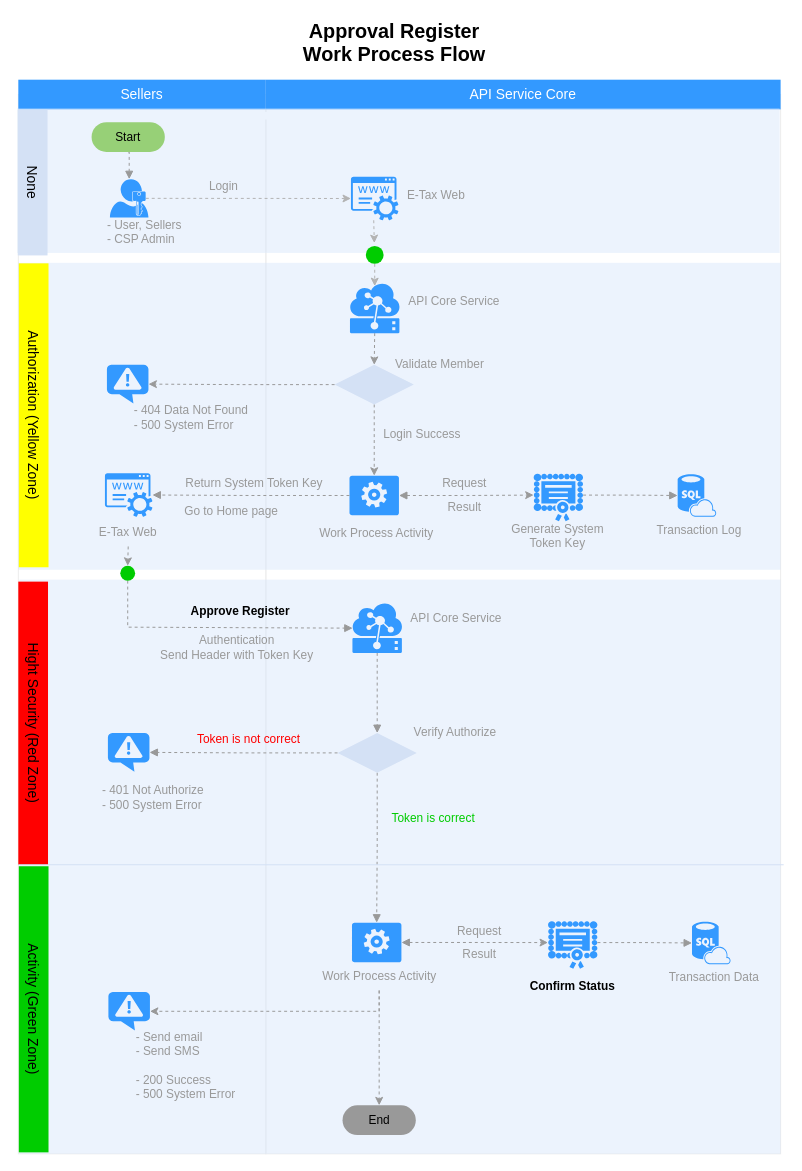
This is Approval Register.drawio from nirawat/eTax, a draw.io file, before an edit. Source tidied: cells renumbered, new cells numbered last; positions are measured from the earlier drawing's top-left corner, leaving out a move shared by most shapes. Both pictures are drawn from the tidied source at 99%, with x=0, y=0 at pixel (-119, 17).
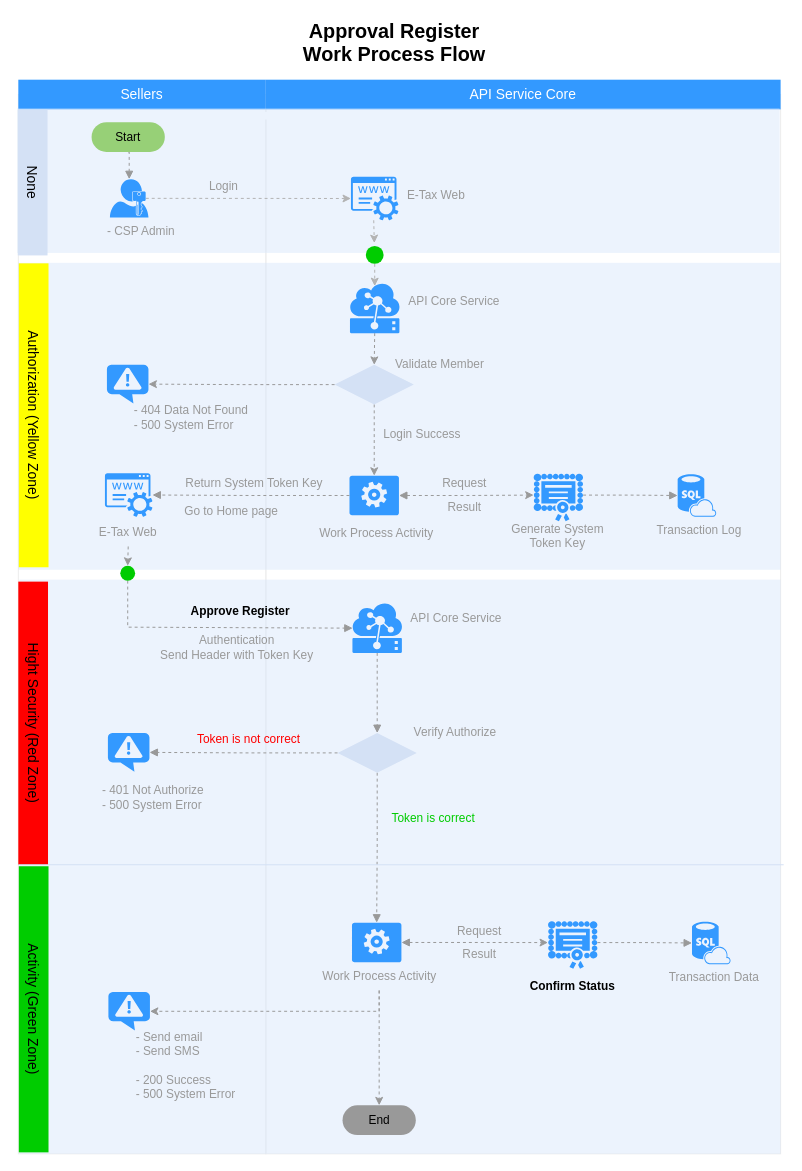
The same diagram, later.

Diff of the diagram source:
```diff
@@
-    <mxCell id="83" value="&lt;font color=&quot;#999999&quot; style=&quot;font-size: 12px&quot;&gt;- User, Sellers&lt;br&gt;- CSP Admin&lt;br&gt;&lt;br&gt;&lt;/font&gt;" style="text;html=1;strokeColor=none;fillColor=none;align=left;verticalAlign=middle;whiteSpace=wrap;rounded=0;fontSize=12;" parent="1" vertex="1">
-      <mxGeometry x="225.5" y="204" width="120" height="40" as="geometry" />
+    <mxCell id="83" value="&lt;font color=&quot;#999999&quot; style=&quot;font-size: 12px&quot;&gt;- CSP Admin&lt;br&gt;&lt;/font&gt;" style="text;html=1;strokeColor=none;fillColor=none;align=left;verticalAlign=middle;whiteSpace=wrap;rounded=0;fontSize=12;" parent="1" vertex="1">
+      <mxGeometry x="226" y="204" width="120" height="24" as="geometry" />
     </mxCell>
```
